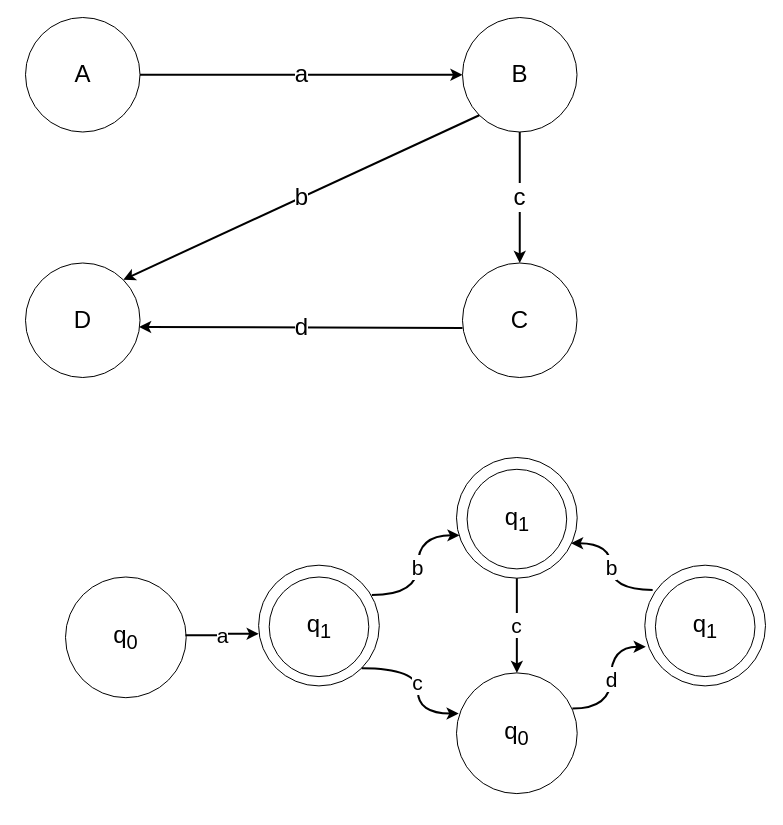
olliglorioso/datasets keeps this draw.io diagram as thesisdrawing.drawio. Above is the earlier version. Source tidied: cells renumbered, new cells numbered last; positions are measured from the earlier drawing's top-left corner, leaving out a move shared by most shapes. Both pictures are drawn from the tidied source at 100%, with x=0, y=0 at pixel (25, 17).
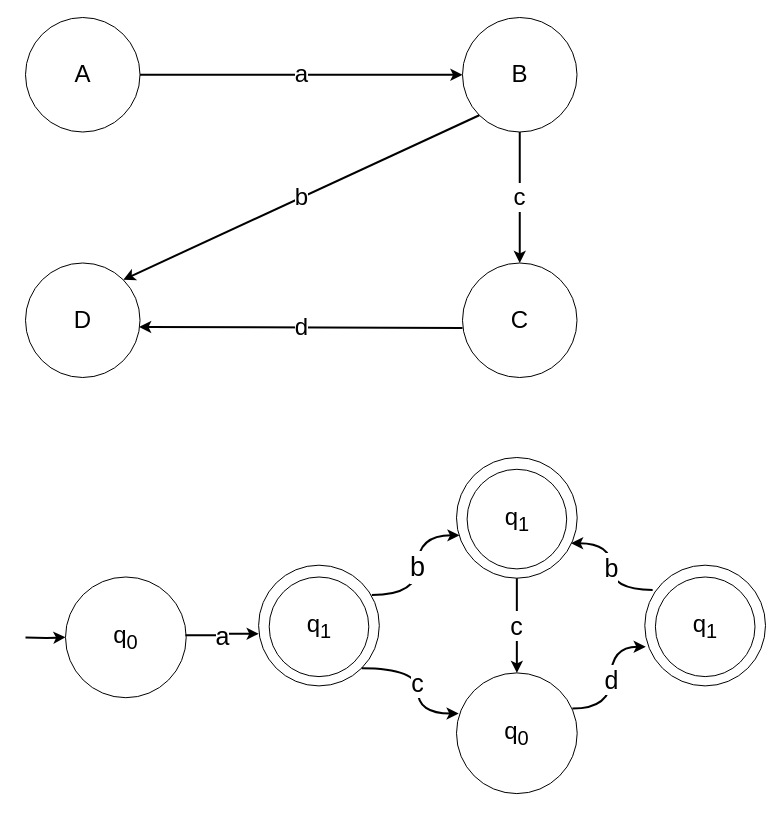
The same page after the edit.

The change refers to these unchanged cells:
```xml
<mxCell id="11" style="group;" parent="1" vertex="1">
  <mxGeometry x="40" y="440" width="700" height="350" as="geometry" />
</mxCell>
<mxCell id="12" value="&lt;span style=&quot;font-size: 24px;&quot;&gt;q&lt;sub&gt;0&lt;/sub&gt;&lt;/span&gt;" style="ellipse;whiteSpace=wrap;html=1;" parent="11" vertex="1">
  <mxGeometry y="119.5" width="120.7" height="120.7" as="geometry" />
</mxCell>
<mxCell id="15" style="ellipse;whiteSpace=wrap;html=1;fillColor=none;" parent="11" vertex="1">
  <mxGeometry x="193.1" y="107.7" width="120.7" height="120.7" as="geometry" />
</mxCell>
<mxCell id="18" style="ellipse;whiteSpace=wrap;html=1;fillColor=none;" parent="11" vertex="1">
  <mxGeometry x="391" width="120.7" height="120.7" as="geometry" />
</mxCell>
<mxCell id="21" style="ellipse;whiteSpace=wrap;html=1;fillColor=none;" parent="11" vertex="1">
  <mxGeometry x="579.3" y="107.7" width="120.7" height="120.7" as="geometry" />
</mxCell>
<mxCell id="22" value="&lt;span style=&quot;font-size: 24px;&quot;&gt;q&lt;sub&gt;0&lt;/sub&gt;&lt;/span&gt;" style="ellipse;whiteSpace=wrap;html=1;" parent="11" vertex="1">
  <mxGeometry x="391" y="215.4" width="120.7" height="120.7" as="geometry" />
</mxCell>
```

What changed in the source:
```diff
@@
-    <mxCell id="23" value="&lt;font style=&quot;font-size: 21px;&quot;&gt;c&lt;/font&gt;" style="edgeStyle=orthogonalEdgeStyle;rounded=0;jettySize=auto;html=1;exitX=1;exitY=1;exitDx=0;exitDy=0;entryX=0.018;entryY=0.337;entryDx=0;entryDy=0;entryPerimeter=0;strokeWidth=2;curved=1;" parent="11" edge="1" source="15" target="22">
+    <mxCell id="23" value="&lt;font style=&quot;font-size: 25px;&quot;&gt;c&lt;/font&gt;" style="edgeStyle=orthogonalEdgeStyle;rounded=0;jettySize=auto;html=1;exitX=1;exitY=1;exitDx=0;exitDy=0;entryX=0.018;entryY=0.337;entryDx=0;entryDy=0;entryPerimeter=0;strokeWidth=2;curved=1;" parent="11" edge="1" source="15" target="22">
       <mxGeometry relative="1" as="geometry" />
     </mxCell>
-    <mxCell id="24" value="&lt;font style=&quot;font-size: 21px;&quot;&gt;a&lt;/font&gt;" style="edgeStyle=orthogonalEdgeStyle;rounded=0;jettySize=auto;html=1;exitX=0.994;exitY=0.483;exitDx=0;exitDy=0;entryX=0.001;entryY=0.568;entryDx=0;entryDy=0;entryPerimeter=0;strokeWidth=2;exitPerimeter=0;" parent="11" edge="1" source="12" target="15">
+    <mxCell id="24" value="&lt;font style=&quot;font-size: 25px;&quot;&gt;a&lt;/font&gt;" style="edgeStyle=orthogonalEdgeStyle;rounded=0;jettySize=auto;html=1;exitX=0.994;exitY=0.483;exitDx=0;exitDy=0;entryX=0.001;entryY=0.568;entryDx=0;entryDy=0;entryPerimeter=0;strokeWidth=2;exitPerimeter=0;" parent="11" edge="1" source="12" target="15">
       <mxGeometry relative="1" as="geometry" />
     </mxCell>
-    <mxCell id="25" value="&lt;font style=&quot;font-size: 21px;&quot;&gt;b&lt;/font&gt;" style="edgeStyle=orthogonalEdgeStyle;rounded=0;jettySize=auto;html=1;exitX=0.938;exitY=0.247;exitDx=0;exitDy=0;entryX=0.025;entryY=0.645;entryDx=0;entryDy=0;entryPerimeter=0;strokeWidth=2;exitPerimeter=0;curved=1;" parent="11" edge="1" source="15" target="18">
+    <mxCell id="25" value="&lt;font style=&quot;font-size: 27px;&quot;&gt;b&lt;/font&gt;" style="edgeStyle=orthogonalEdgeStyle;rounded=0;jettySize=auto;html=1;exitX=0.938;exitY=0.247;exitDx=0;exitDy=0;entryX=0.025;entryY=0.645;entryDx=0;entryDy=0;entryPerimeter=0;strokeWidth=2;exitPerimeter=0;curved=1;" parent="11" edge="1" source="15" target="18">
       <mxGeometry relative="1" as="geometry" />
     </mxCell>
-    <mxCell id="26" value="&lt;font style=&quot;font-size: 21px;&quot;&gt;c&lt;/font&gt;" style="edgeStyle=orthogonalEdgeStyle;rounded=0;jettySize=auto;html=1;exitX=0.5;exitY=1;exitDx=0;exitDy=0;entryX=0.5;entryY=0;entryDx=0;entryDy=0;strokeWidth=2;curved=1;" parent="11" edge="1" source="18" target="22">
+    <mxCell id="26" value="&lt;font style=&quot;font-size: 25px;&quot;&gt;c&lt;/font&gt;" style="edgeStyle=orthogonalEdgeStyle;rounded=0;jettySize=auto;html=1;exitX=0.5;exitY=1;exitDx=0;exitDy=0;entryX=0.5;entryY=0;entryDx=0;entryDy=0;strokeWidth=2;curved=1;" parent="11" edge="1" source="18" target="22">
       <mxGeometry relative="1" as="geometry" />
     </mxCell>
-    <mxCell id="27" value="&lt;font style=&quot;font-size: 21px;&quot;&gt;b&lt;/font&gt;" style="edgeStyle=orthogonalEdgeStyle;rounded=0;jettySize=auto;html=1;exitX=0.065;exitY=0.205;exitDx=0;exitDy=0;entryX=0.949;entryY=0.71;entryDx=0;entryDy=0;strokeWidth=2;exitPerimeter=0;entryPerimeter=0;curved=1;" parent="11" edge="1" source="21" target="18">
+    <mxCell id="27" value="&lt;font style=&quot;font-size: 25px;&quot;&gt;b&lt;/font&gt;" style="edgeStyle=orthogonalEdgeStyle;rounded=0;jettySize=auto;html=1;exitX=0.065;exitY=0.205;exitDx=0;exitDy=0;entryX=0.949;entryY=0.71;entryDx=0;entryDy=0;strokeWidth=2;exitPerimeter=0;entryPerimeter=0;curved=1;" parent="11" edge="1" source="21" target="18">
       <mxGeometry relative="1" as="geometry" />
     </mxCell>
-    <mxCell id="28" value="&lt;font style=&quot;font-size: 21px;&quot;&gt;d&lt;/font&gt;" style="edgeStyle=orthogonalEdgeStyle;rounded=0;jettySize=auto;html=1;exitX=0.96;exitY=0.295;exitDx=0;exitDy=0;entryX=0.008;entryY=0.676;entryDx=0;entryDy=0;strokeWidth=2;exitPerimeter=0;entryPerimeter=0;curved=1;" parent="11" edge="1" source="22" target="21">
+    <mxCell id="28" value="&lt;font style=&quot;font-size: 25px;&quot;&gt;d&lt;/font&gt;" style="edgeStyle=orthogonalEdgeStyle;rounded=0;jettySize=auto;html=1;exitX=0.96;exitY=0.295;exitDx=0;exitDy=0;entryX=0.008;entryY=0.676;entryDx=0;entryDy=0;strokeWidth=2;exitPerimeter=0;entryPerimeter=0;curved=1;" parent="11" edge="1" source="22" target="21">
       <mxGeometry relative="1" as="geometry" />
     </mxCell>
+    <mxCell id="29" style="edgeStyle=orthogonalEdgeStyle;rounded=0;jettySize=auto;html=1;entryX=0;entryY=0.5;entryDx=0;entryDy=0;strokeWidth=2;" parent="1" edge="1" target="12">
+      <mxGeometry relative="1" as="geometry">
+        <mxPoint y="620" as="sourcePoint" />
+      </mxGeometry>
+    </mxCell>
```
